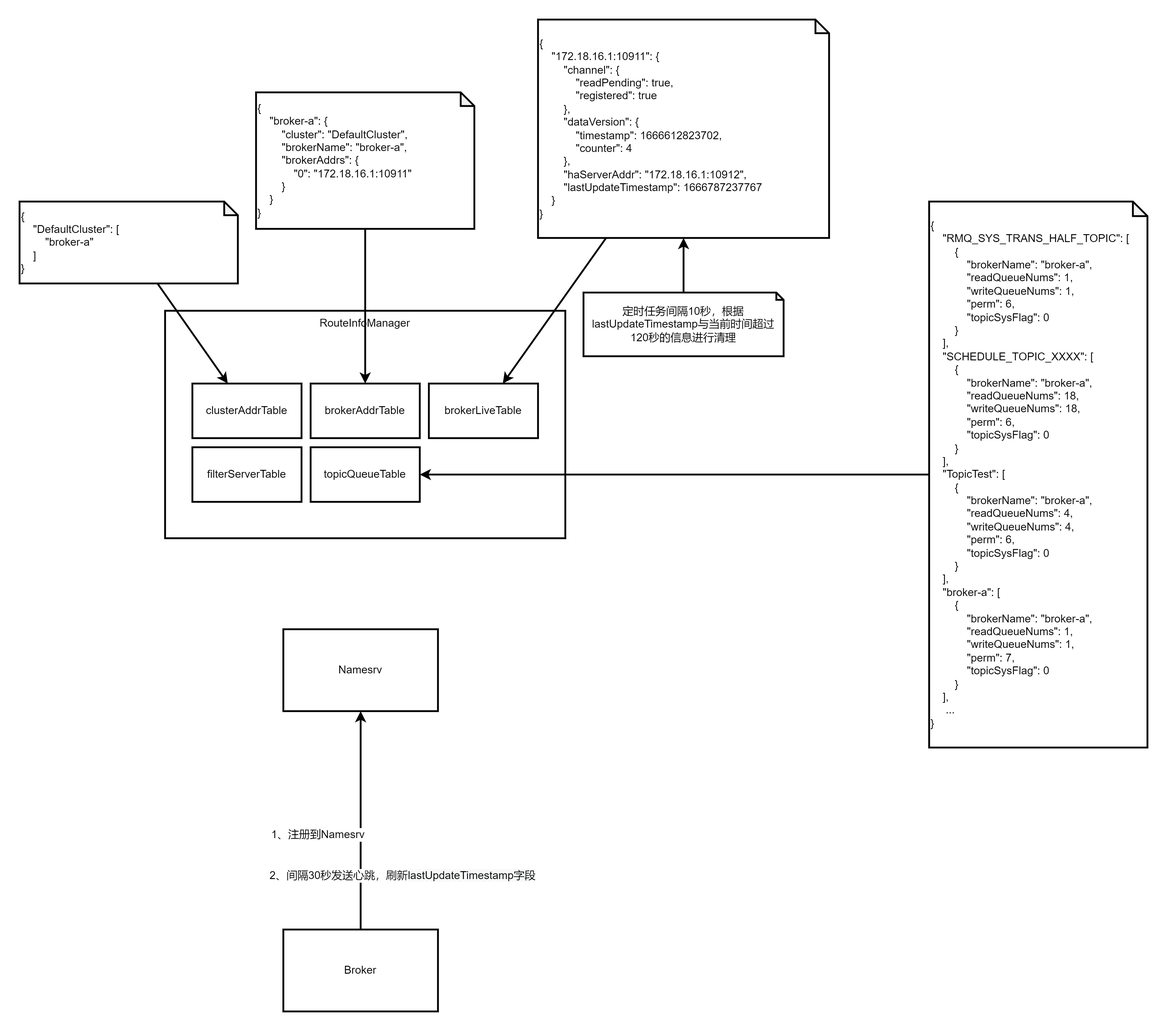
Above: mydoc/img/ch2.png in shui4/rocketmq (draw.io), before the change. Source tidied: cells renumbered, new cells last; positions are measured from the earlier drawing's top-left corner, leaving out a move shared by most shapes. Its diagram source:
```xml
<mxGraphModel math="1">
  <root>
    <mxCell id="0" />
    <mxCell id="1" parent="0" />
    <mxCell id="2" style="edgeStyle=orthogonalEdgeStyle;rounded=0;jettySize=auto;html=1;" parent="1" edge="1" source="5" target="6">
      <mxGeometry relative="1" as="geometry" />
    </mxCell>
    <mxCell id="3" value="1、注册到Namesrv" style="edgeLabel;html=1;align=center;verticalAlign=middle;" parent="2" vertex="1">
      <mxGeometry x="-0.3" y="-4" relative="1" as="geometry">
        <mxPoint x="-52" y="-20" as="offset" />
      </mxGeometry>
    </mxCell>
    <mxCell id="4" value="2、间隔30秒发送心跳，刷新&lt;span style=&quot;text-align: left ; background-color: rgb(248 , 249 , 250)&quot;&gt;lastUpdateTimestamp字段&lt;/span&gt;" style="edgeLabel;html=1;align=center;verticalAlign=middle;" parent="2" vertex="1">
      <mxGeometry x="0.16" y="4" relative="1" as="geometry">
        <mxPoint x="49" y="79" as="offset" />
      </mxGeometry>
    </mxCell>
    <mxCell id="5" value="Broker" style="rounded=0;whiteSpace=wrap;html=1;" parent="1" vertex="1">
      <mxGeometry x="290" y="1000" width="170" height="90" as="geometry" />
    </mxCell>
    <mxCell id="6" value="Namesrv" style="rounded=0;whiteSpace=wrap;html=1;" parent="1" vertex="1">
      <mxGeometry x="290" y="670" width="170" height="90" as="geometry" />
    </mxCell>
    <mxCell id="7" value="RouteInfoManager" style="rounded=0;whiteSpace=wrap;html=1;verticalAlign=top;" parent="1" vertex="1">
      <mxGeometry x="160" y="320" width="440" height="250" as="geometry" />
    </mxCell>
    <mxCell id="8" value="clusterAddrTable" style="rounded=0;whiteSpace=wrap;html=1;" parent="1" vertex="1">
      <mxGeometry x="190" y="400" width="120" height="60" as="geometry" />
    </mxCell>
    <mxCell id="9" value="brokerAddrTable" style="rounded=0;whiteSpace=wrap;html=1;" parent="1" vertex="1">
      <mxGeometry x="320" y="400" width="120" height="60" as="geometry" />
    </mxCell>
    <mxCell id="10" value="topicQueueTable" style="rounded=0;whiteSpace=wrap;html=1;" parent="1" vertex="1">
      <mxGeometry x="320" y="470" width="120" height="60" as="geometry" />
    </mxCell>
    <mxCell id="11" value="brokerLiveTable" style="rounded=0;whiteSpace=wrap;html=1;" parent="1" vertex="1">
      <mxGeometry x="450" y="400" width="120" height="60" as="geometry" />
    </mxCell>
    <mxCell id="12" value="filterServerTable" style="rounded=0;whiteSpace=wrap;html=1;" parent="1" vertex="1">
      <mxGeometry x="190" y="470" width="120" height="60" as="geometry" />
    </mxCell>
    <mxCell id="13" style="edgeStyle=none;jettySize=auto;html=1;" parent="1" edge="1" source="14" target="8">
      <mxGeometry relative="1" as="geometry" />
    </mxCell>
    <mxCell id="14" value="&lt;div&gt;{&lt;/div&gt;&lt;div&gt;&amp;nbsp; &amp;nbsp; &quot;DefaultCluster&quot;: [&lt;/div&gt;&lt;div&gt;&amp;nbsp; &amp;nbsp; &amp;nbsp; &amp;nbsp; &quot;broker-a&quot;&lt;/div&gt;&lt;div&gt;&amp;nbsp; &amp;nbsp; ]&lt;/div&gt;&lt;div&gt;}&lt;/div&gt;" style="shape=note;whiteSpace=wrap;html=1;backgroundOutline=1;darkOpacity=0.05;align=left;size=15;" parent="1" vertex="1">
      <mxGeometry y="200" width="240" height="90" as="geometry" />
    </mxCell>
    <mxCell id="15" style="edgeStyle=none;jettySize=auto;html=1;" parent="1" edge="1" source="16" target="9">
      <mxGeometry relative="1" as="geometry" />
    </mxCell>
    <mxCell id="16" value="&lt;div&gt;{&lt;/div&gt;&lt;div&gt;&amp;nbsp; &amp;nbsp; &quot;broker-a&quot;: {&lt;/div&gt;&lt;div&gt;&amp;nbsp; &amp;nbsp; &amp;nbsp; &amp;nbsp; &quot;cluster&quot;: &quot;DefaultCluster&quot;,&lt;/div&gt;&lt;div&gt;&amp;nbsp; &amp;nbsp; &amp;nbsp; &amp;nbsp; &quot;brokerName&quot;: &quot;broker-a&quot;,&lt;/div&gt;&lt;div&gt;&amp;nbsp; &amp;nbsp; &amp;nbsp; &amp;nbsp; &quot;brokerAddrs&quot;: {&lt;/div&gt;&lt;div&gt;&amp;nbsp; &amp;nbsp; &amp;nbsp; &amp;nbsp; &amp;nbsp; &amp;nbsp; &quot;0&quot;: &quot;172.18.16.1:10911&quot;&lt;/div&gt;&lt;div&gt;&amp;nbsp; &amp;nbsp; &amp;nbsp; &amp;nbsp; }&lt;/div&gt;&lt;div&gt;&amp;nbsp; &amp;nbsp; }&lt;/div&gt;&lt;div&gt;}&lt;/div&gt;" style="shape=note;whiteSpace=wrap;html=1;backgroundOutline=1;darkOpacity=0.05;align=left;size=15;" parent="1" vertex="1">
      <mxGeometry x="260" y="80" width="240" height="150" as="geometry" />
    </mxCell>
    <mxCell id="17" style="edgeStyle=none;jettySize=auto;html=1;" parent="1" edge="1" source="18" target="11">
      <mxGeometry relative="1" as="geometry" />
    </mxCell>
    <mxCell id="18" value="&lt;div&gt;{&lt;/div&gt;&lt;div&gt;&amp;nbsp; &amp;nbsp; &quot;172.18.16.1:10911&quot;: {&lt;/div&gt;&lt;div&gt;&amp;nbsp; &amp;nbsp; &amp;nbsp; &amp;nbsp; &quot;channel&quot;: {&lt;/div&gt;&lt;div&gt;&amp;nbsp; &amp;nbsp; &amp;nbsp; &amp;nbsp; &amp;nbsp; &amp;nbsp; &quot;readPending&quot;: true,&lt;/div&gt;&lt;div&gt;&amp;nbsp; &amp;nbsp; &amp;nbsp; &amp;nbsp; &amp;nbsp; &amp;nbsp; &quot;registered&quot;: true&lt;/div&gt;&lt;div&gt;&amp;nbsp; &amp;nbsp; &amp;nbsp; &amp;nbsp; },&lt;/div&gt;&lt;div&gt;&amp;nbsp; &amp;nbsp; &amp;nbsp; &amp;nbsp; &quot;dataVersion&quot;: {&lt;/div&gt;&lt;div&gt;&amp;nbsp; &amp;nbsp; &amp;nbsp; &amp;nbsp; &amp;nbsp; &amp;nbsp; &quot;timestamp&quot;: 1666612823702,&lt;/div&gt;&lt;div&gt;&amp;nbsp; &amp;nbsp; &amp;nbsp; &amp;nbsp; &amp;nbsp; &amp;nbsp; &quot;counter&quot;: 4&lt;/div&gt;&lt;div&gt;&amp;nbsp; &amp;nbsp; &amp;nbsp; &amp;nbsp; },&lt;/div&gt;&lt;div&gt;&amp;nbsp; &amp;nbsp; &amp;nbsp; &amp;nbsp; &quot;haServerAddr&quot;: &quot;172.18.16.1:10912&quot;,&lt;/div&gt;&lt;div&gt;&amp;nbsp; &amp;nbsp; &amp;nbsp; &amp;nbsp; &quot;lastUpdateTimestamp&quot;: 1666787237767&lt;/div&gt;&lt;div&gt;&amp;nbsp; &amp;nbsp; }&lt;/div&gt;&lt;div&gt;}&lt;/div&gt;" style="shape=note;whiteSpace=wrap;html=1;backgroundOutline=1;darkOpacity=0.05;align=left;size=15;" parent="1" vertex="1">
      <mxGeometry x="570" width="320" height="240" as="geometry" />
    </mxCell>
    <mxCell id="19" style="edgeStyle=none;jettySize=auto;html=1;entryX=1;entryY=0.5;entryDx=0;entryDy=0;" parent="1" edge="1" source="20" target="10">
      <mxGeometry relative="1" as="geometry" />
    </mxCell>
    <mxCell id="20" value="&lt;div&gt;{&lt;/div&gt;&lt;div&gt;&amp;nbsp; &amp;nbsp; &quot;RMQ_SYS_TRANS_HALF_TOPIC&quot;: [&lt;/div&gt;&lt;div&gt;&amp;nbsp; &amp;nbsp; &amp;nbsp; &amp;nbsp; {&lt;/div&gt;&lt;div&gt;&amp;nbsp; &amp;nbsp; &amp;nbsp; &amp;nbsp; &amp;nbsp; &amp;nbsp; &quot;brokerName&quot;: &quot;broker-a&quot;,&lt;/div&gt;&lt;div&gt;&amp;nbsp; &amp;nbsp; &amp;nbsp; &amp;nbsp; &amp;nbsp; &amp;nbsp; &quot;readQueueNums&quot;: 1,&lt;/div&gt;&lt;div&gt;&amp;nbsp; &amp;nbsp; &amp;nbsp; &amp;nbsp; &amp;nbsp; &amp;nbsp; &quot;writeQueueNums&quot;: 1,&lt;/div&gt;&lt;div&gt;&amp;nbsp; &amp;nbsp; &amp;nbsp; &amp;nbsp; &amp;nbsp; &amp;nbsp; &quot;perm&quot;: 6,&lt;/div&gt;&lt;div&gt;&amp;nbsp; &amp;nbsp; &amp;nbsp; &amp;nbsp; &amp;nbsp; &amp;nbsp; &quot;topicSysFlag&quot;: 0&lt;/div&gt;&lt;div&gt;&amp;nbsp; &amp;nbsp; &amp;nbsp; &amp;nbsp; }&lt;/div&gt;&lt;div&gt;&amp;nbsp; &amp;nbsp; ],&lt;/div&gt;&lt;div&gt;&amp;nbsp; &amp;nbsp; &quot;SCHEDULE_TOPIC_XXXX&quot;: [&lt;/div&gt;&lt;div&gt;&amp;nbsp; &amp;nbsp; &amp;nbsp; &amp;nbsp; {&lt;/div&gt;&lt;div&gt;&amp;nbsp; &amp;nbsp; &amp;nbsp; &amp;nbsp; &amp;nbsp; &amp;nbsp; &quot;brokerName&quot;: &quot;broker-a&quot;,&lt;/div&gt;&lt;div&gt;&amp;nbsp; &amp;nbsp; &amp;nbsp; &amp;nbsp; &amp;nbsp; &amp;nbsp; &quot;readQueueNums&quot;: 18,&lt;/div&gt;&lt;div&gt;&amp;nbsp; &amp;nbsp; &amp;nbsp; &amp;nbsp; &amp;nbsp; &amp;nbsp; &quot;writeQueueNums&quot;: 18,&lt;/div&gt;&lt;div&gt;&amp;nbsp; &amp;nbsp; &amp;nbsp; &amp;nbsp; &amp;nbsp; &amp;nbsp; &quot;perm&quot;: 6,&lt;/div&gt;&lt;div&gt;&amp;nbsp; &amp;nbsp; &amp;nbsp; &amp;nbsp; &amp;nbsp; &amp;nbsp; &quot;topicSysFlag&quot;: 0&lt;/div&gt;&lt;div&gt;&amp;nbsp; &amp;nbsp; &amp;nbsp; &amp;nbsp; }&lt;/div&gt;&lt;div&gt;&amp;nbsp; &amp;nbsp; ],&lt;/div&gt;&lt;div&gt;&amp;nbsp; &amp;nbsp; &quot;TopicTest&quot;: [&lt;/div&gt;&lt;div&gt;&amp;nbsp; &amp;nbsp; &amp;nbsp; &amp;nbsp; {&lt;/div&gt;&lt;div&gt;&amp;nbsp; &amp;nbsp; &amp;nbsp; &amp;nbsp; &amp;nbsp; &amp;nbsp; &quot;brokerName&quot;: &quot;broker-a&quot;,&lt;/div&gt;&lt;div&gt;&amp;nbsp; &amp;nbsp; &amp;nbsp; &amp;nbsp; &amp;nbsp; &amp;nbsp; &quot;readQueueNums&quot;: 4,&lt;/div&gt;&lt;div&gt;&amp;nbsp; &amp;nbsp; &amp;nbsp; &amp;nbsp; &amp;nbsp; &amp;nbsp; &quot;writeQueueNums&quot;: 4,&lt;/div&gt;&lt;div&gt;&amp;nbsp; &amp;nbsp; &amp;nbsp; &amp;nbsp; &amp;nbsp; &amp;nbsp; &quot;perm&quot;: 6,&lt;/div&gt;&lt;div&gt;&amp;nbsp; &amp;nbsp; &amp;nbsp; &amp;nbsp; &amp;nbsp; &amp;nbsp; &quot;topicSysFlag&quot;: 0&lt;/div&gt;&lt;div&gt;&amp;nbsp; &amp;nbsp; &amp;nbsp; &amp;nbsp; }&lt;/div&gt;&lt;div&gt;&amp;nbsp; &amp;nbsp; ],&lt;/div&gt;&lt;div&gt;&amp;nbsp; &amp;nbsp; &quot;broker-a&quot;: [&lt;/div&gt;&lt;div&gt;&amp;nbsp; &amp;nbsp; &amp;nbsp; &amp;nbsp; {&lt;/div&gt;&lt;div&gt;&amp;nbsp; &amp;nbsp; &amp;nbsp; &amp;nbsp; &amp;nbsp; &amp;nbsp; &quot;brokerName&quot;: &quot;broker-a&quot;,&lt;/div&gt;&lt;div&gt;&amp;nbsp; &amp;nbsp; &amp;nbsp; &amp;nbsp; &amp;nbsp; &amp;nbsp; &quot;readQueueNums&quot;: 1,&lt;/div&gt;&lt;div&gt;&amp;nbsp; &amp;nbsp; &amp;nbsp; &amp;nbsp; &amp;nbsp; &amp;nbsp; &quot;writeQueueNums&quot;: 1,&lt;/div&gt;&lt;div&gt;&amp;nbsp; &amp;nbsp; &amp;nbsp; &amp;nbsp; &amp;nbsp; &amp;nbsp; &quot;perm&quot;: 7,&lt;/div&gt;&lt;div&gt;&amp;nbsp; &amp;nbsp; &amp;nbsp; &amp;nbsp; &amp;nbsp; &amp;nbsp; &quot;topicSysFlag&quot;: 0&lt;/div&gt;&lt;div&gt;&amp;nbsp; &amp;nbsp; &amp;nbsp; &amp;nbsp; }&lt;/div&gt;&lt;div&gt;&amp;nbsp; &amp;nbsp; ],&lt;/div&gt;&lt;div&gt;&amp;nbsp; &amp;nbsp; &amp;nbsp;...&lt;/div&gt;&lt;div&gt;}&lt;/div&gt;" style="shape=note;whiteSpace=wrap;html=1;backgroundOutline=1;darkOpacity=0.05;align=left;size=16;" parent="1" vertex="1">
      <mxGeometry x="1000" y="200" width="240" height="600" as="geometry" />
    </mxCell>
    <mxCell id="21" style="edgeStyle=none;jettySize=auto;html=1;" parent="1" edge="1" source="22" target="18">
      <mxGeometry relative="1" as="geometry" />
    </mxCell>
    <mxCell id="22" value="定时任务间隔10秒，根据lastUpdateTimestamp与当前时间超过120秒的信息进行清理" style="shape=note;whiteSpace=wrap;html=1;backgroundOutline=1;darkOpacity=0.05;size=8;" parent="1" vertex="1">
      <mxGeometry x="620" y="300" width="220" height="70" as="geometry" />
    </mxCell>
  </root>
</mxGraphModel>
```
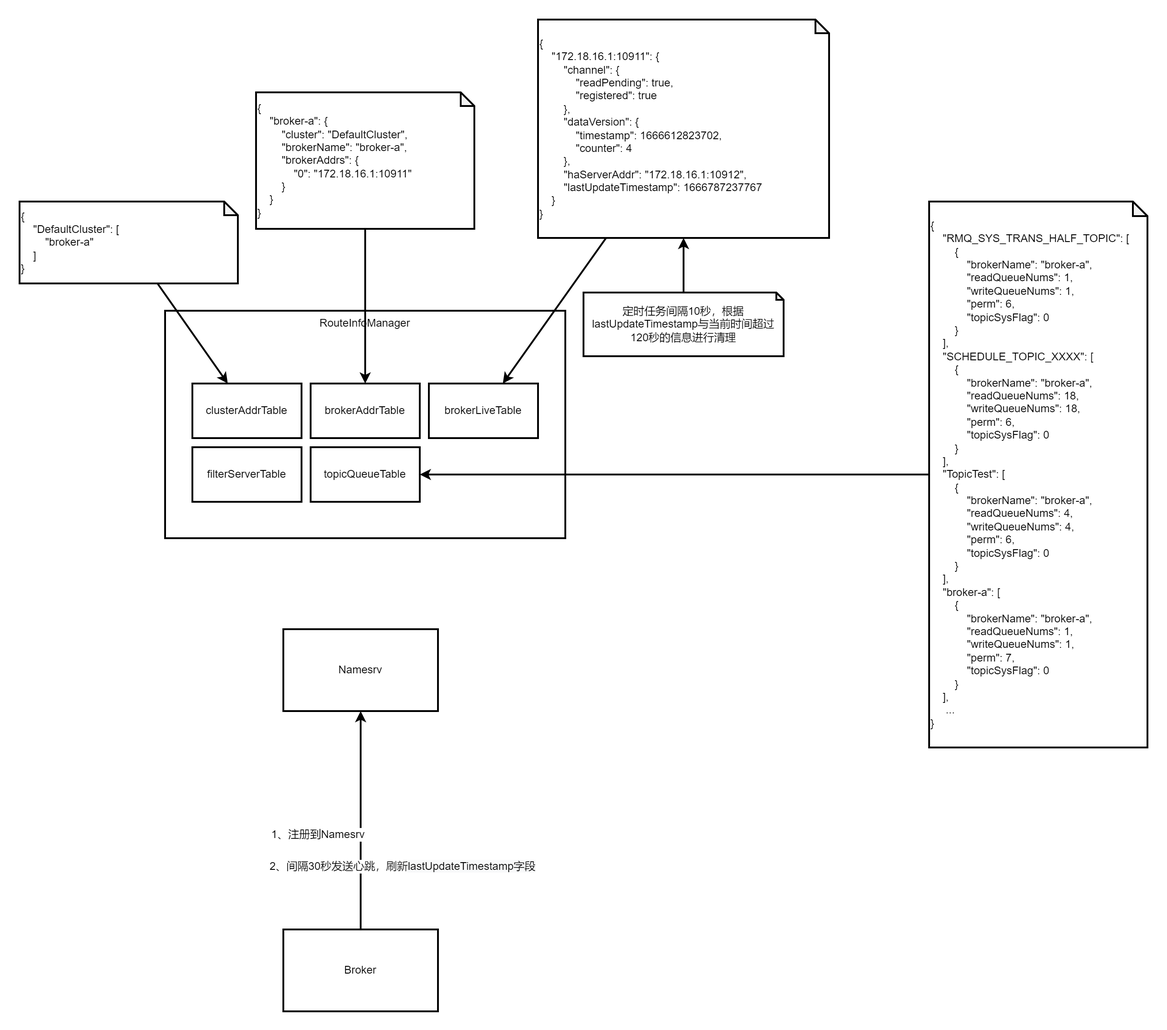
The same diagram one commit later.

Diff of the diagram source:
```diff
@@ -10,9 +10,9 @@
         <mxPoint x="-52" y="-20" as="offset" />
       </mxGeometry>
     </mxCell>
-    <mxCell id="4" value="2、间隔30秒发送心跳，刷新&lt;span style=&quot;text-align: left ; background-color: rgb(248 , 249 , 250)&quot;&gt;lastUpdateTimestamp字段&lt;/span&gt;" style="edgeLabel;html=1;align=center;verticalAlign=middle;" parent="2" vertex="1">
+    <mxCell id="4" value="&lt;div style=&quot;text-align: left&quot;&gt;2、间隔30秒发送心跳，刷新&lt;span style=&quot;text-align: left ; background-color: rgb(248 , 249 , 250)&quot;&gt;lastUpdateTimestamp字段&lt;/span&gt;&lt;/div&gt;" style="edgeLabel;html=1;align=center;verticalAlign=middle;" parent="2" vertex="1">
       <mxGeometry x="0.16" y="4" relative="1" as="geometry">
-        <mxPoint x="49" y="79" as="offset" />
+        <mxPoint x="49" y="69" as="offset" />
       </mxGeometry>
     </mxCell>
     <mxCell id="5" value="Broker" style="rounded=0;whiteSpace=wrap;html=1;" parent="1" vertex="1">
```
